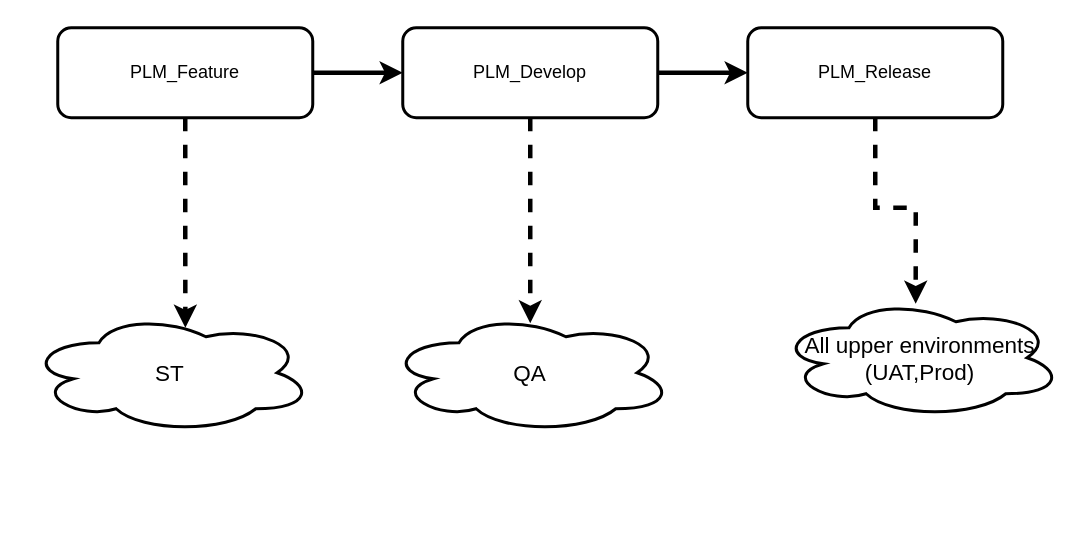
Earlier version of the draw.io diagram CICD.drawio (RatnaKumarMukiri/WILEY-PLM). Source tidied: cells renumbered, new cells numbered last; positions are measured from the earlier drawing's top-left corner, leaving out a move shared by most shapes. Both pictures are drawn from the tidied source at 150%, with x=0, y=0 at pixel (27, 27).
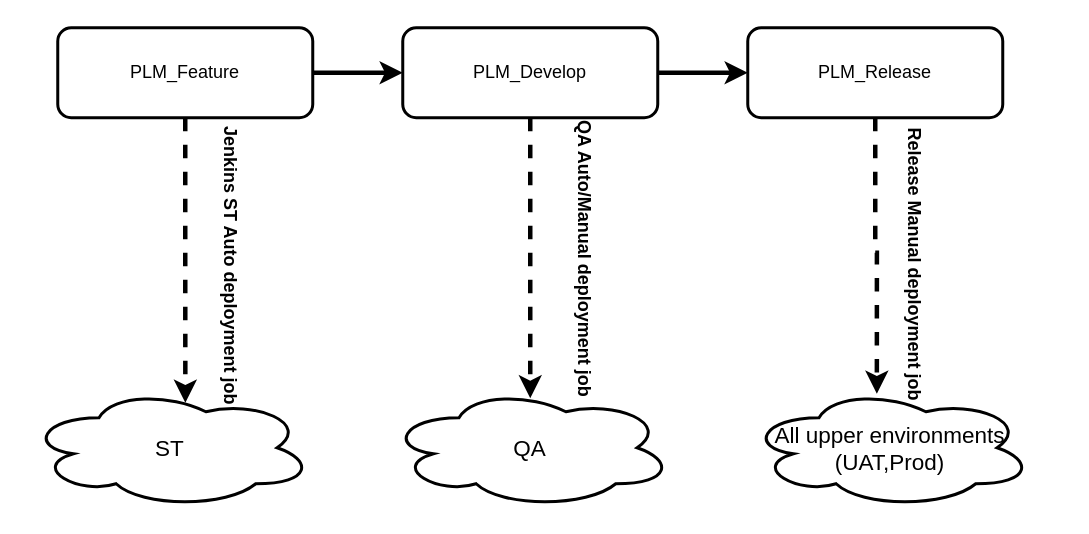
The same diagram, later.

The edit, as a diff of the source:
```diff
@@
 <mxGraphModel>
   <root>
     <mxCell id="0" />
     <mxCell id="1" parent="0" />
     <mxCell id="2" style="edgeStyle=orthogonalEdgeStyle;rounded=0;jettySize=auto;html=1;strokeWidth=3;" parent="1" edge="1" source="4" target="7">
       <mxGeometry relative="1" as="geometry" />
     </mxCell>
     <mxCell id="3" style="edgeStyle=orthogonalEdgeStyle;rounded=0;jettySize=auto;html=1;entryX=0.553;entryY=0.125;entryDx=0;entryDy=0;entryPerimeter=0;dashed=1;strokeWidth=3;" parent="1" edge="1" source="4" target="10">
       <mxGeometry relative="1" as="geometry" />
     </mxCell>
     <mxCell id="4" value="PLM_Feature" style="rounded=1;whiteSpace=wrap;html=1;strokeWidth=2;" parent="1" vertex="1">
       <mxGeometry x="20" width="170" height="60" as="geometry" />
     </mxCell>
     <mxCell id="5" style="edgeStyle=orthogonalEdgeStyle;rounded=0;jettySize=auto;html=1;strokeWidth=3;" parent="1" edge="1" source="7" target="9">
       <mxGeometry relative="1" as="geometry" />
     </mxCell>
     <mxCell id="6" style="edgeStyle=orthogonalEdgeStyle;rounded=0;jettySize=auto;html=1;entryX=0.5;entryY=0.088;entryDx=0;entryDy=0;entryPerimeter=0;dashed=1;strokeWidth=3;" parent="1" edge="1" source="7" target="11">
       <mxGeometry relative="1" as="geometry" />
     </mxCell>
     <mxCell id="7" value="PLM_Develop" style="rounded=1;whiteSpace=wrap;html=1;strokeWidth=2;" parent="1" vertex="1">
       <mxGeometry x="250" width="170" height="60" as="geometry" />
     </mxCell>
-    <mxCell id="8" style="edgeStyle=orthogonalEdgeStyle;rounded=0;jettySize=auto;html=1;dashed=1;strokeWidth=3;entryX=0.484;entryY=0.05;entryDx=0;entryDy=0;entryPerimeter=0;" parent="1" edge="1" source="9" target="12">
+    <mxCell id="8" style="edgeStyle=orthogonalEdgeStyle;rounded=0;jettySize=auto;html=1;entryX=0.453;entryY=0.05;entryDx=0;entryDy=0;entryPerimeter=0;dashed=1;strokeWidth=3;" parent="1" edge="1" source="9" target="12">
       <mxGeometry relative="1" as="geometry" />
     </mxCell>
     <mxCell id="9" value="PLM_Release" style="rounded=1;whiteSpace=wrap;html=1;strokeWidth=2;" parent="1" vertex="1">
       <mxGeometry x="480" width="170" height="60" as="geometry" />
     </mxCell>
     <mxCell id="10" value="&lt;font style=&quot;font-size: 15px&quot;&gt;ST&lt;/font&gt;" style="ellipse;shape=cloud;whiteSpace=wrap;html=1;strokeWidth=2;" parent="1" vertex="1">
-      <mxGeometry y="190" width="190" height="80" as="geometry" />
+      <mxGeometry y="240" width="190" height="80" as="geometry" />
     </mxCell>
     <mxCell id="11" value="&lt;font style=&quot;font-size: 15px&quot;&gt;QA&lt;/font&gt;" style="ellipse;shape=cloud;whiteSpace=wrap;html=1;strokeWidth=2;" parent="1" vertex="1">
-      <mxGeometry x="240" y="190" width="190" height="80" as="geometry" />
+      <mxGeometry x="240" y="240" width="190" height="80" as="geometry" />
     </mxCell>
     <mxCell id="12" value="&lt;font style=&quot;font-size: 15px&quot;&gt;All upper environments (UAT,Prod)&lt;/font&gt;" style="ellipse;shape=cloud;whiteSpace=wrap;html=1;strokeWidth=2;" parent="1" vertex="1">
-      <mxGeometry x="500" y="180" width="190" height="80" as="geometry" />
+      <mxGeometry x="480" y="240" width="190" height="80" as="geometry" />
     </mxCell>
+    <mxCell id="13" value="&lt;b&gt;Jenkins ST Auto deployment job&amp;nbsp;&lt;/b&gt;" style="text;html=1;align=center;verticalAlign=middle;rotation=90;" parent="1" vertex="1">
+      <mxGeometry x="35" y="150" width="200" height="20" as="geometry" />
+    </mxCell>
+    <mxCell id="14" value="&lt;b&gt;QA Auto/Manual deployment job&lt;/b&gt;" style="text;html=1;rotation=90;" parent="1" vertex="1">
+      <mxGeometry x="270" y="145" width="200" height="30" as="geometry" />
+    </mxCell>
+    <mxCell id="15" value="&lt;b&gt;Release Manual deployment job&lt;/b&gt;" style="text;html=1;rotation=90;" parent="1" vertex="1">
+      <mxGeometry x="490" y="150" width="200" height="30" as="geometry" />
+    </mxCell>
   </root>
 </mxGraphModel>
```
